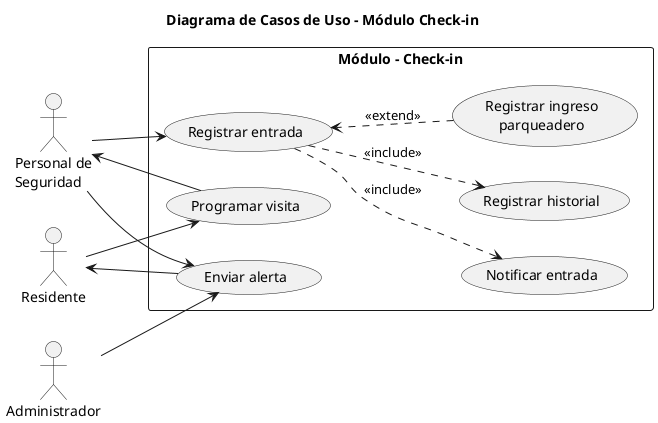
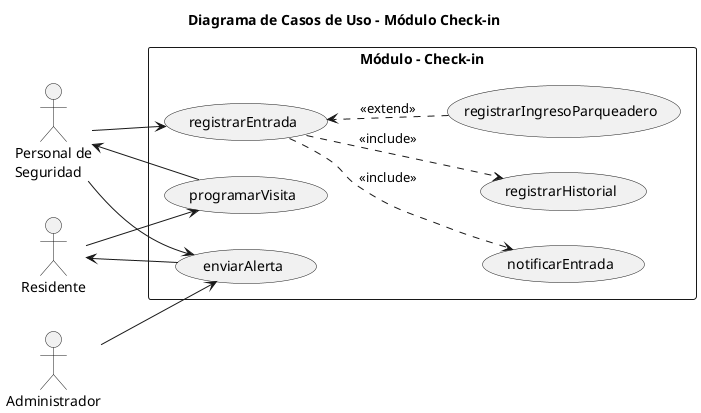
@startuml
left to right direction

title Diagrama de Casos de Uso - Módulo Check-in

actor "Administrador" as Administrador
actor "Personal de\nSeguridad" as Seguridad
actor "Residente" as Residente

rectangle "Módulo - Check-in" {

-   usecase "Enviar alerta" as EnviarAlerta
-   usecase "Programar visita" as ProgramarVisita
-   usecase "Registrar entrada" as RegistrarEntrada
+   usecase "enviarAlerta" as enviarAlerta
+   usecase "programarVisita" as programarVisita
+   usecase "registrarEntrada" as registrarEntrada

-   usecase "Notificar entrada" as NotificarEntrada
-   usecase "Registrar historial" as RegistrarHistorial
-   usecase "Registrar ingreso\nparqueadero" as RegistrarIngresoParqueadero
+   usecase "notificarEntrada" as notificarEntrada
+   usecase "registrarHistorial" as registrarHistorial
+   usecase "registrarIngresoParqueadero" as registrarIngresoParqueadero

- 
-   RegistrarEntrada -[hidden]right- NotificarEntrada
-   NotificarEntrada -[hidden]right- RegistrarHistorial
-   RegistrarHistorial -[hidden]right- RegistrarIngresoParqueadero
+   registrarEntrada -[hidden]right- notificarEntrada
+   notificarEntrada -[hidden]right- registrarHistorial
+   registrarHistorial -[hidden]right- registrarIngresoParqueadero

}

- Administrador --> EnviarAlerta
+ Administrador --> enviarAlerta

- Seguridad --> RegistrarEntrada
- ProgramarVisita --> Seguridad
- Seguridad --> EnviarAlerta
+ Seguridad --> registrarEntrada
+ programarVisita --> Seguridad
+ Seguridad --> enviarAlerta

- Residente --> ProgramarVisita
- EnviarAlerta --> Residente
+ Residente --> programarVisita
+ enviarAlerta --> Residente

- RegistrarEntrada ..> NotificarEntrada : <<include>>
- RegistrarEntrada ..> RegistrarHistorial : <<include>>
- RegistrarIngresoParqueadero ..> RegistrarEntrada : <<extend>>
+ registrarEntrada ..> notificarEntrada : <<include>>
+ registrarEntrada ..> registrarHistorial : <<include>>
+ registrarIngresoParqueadero ..> registrarEntrada : <<extend>>

@enduml